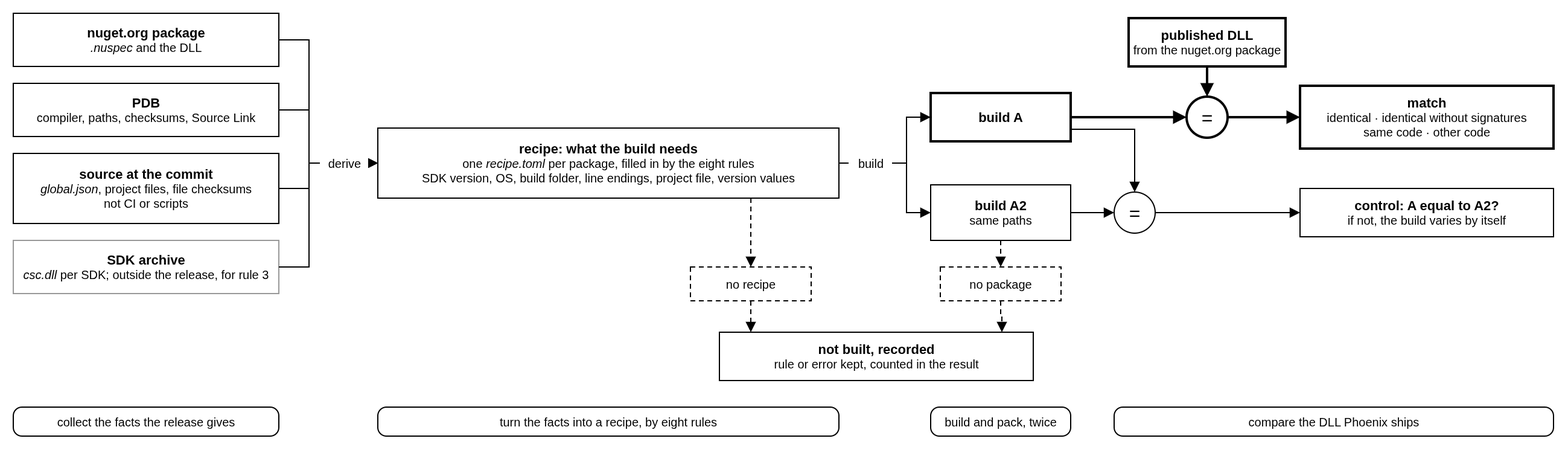
This is 2-dependencies/2b-rebuild/figures/pipeline-2b.drawio.png from leosakharoff/dotnet-rebuild-experiments, a draw.io export, as it was before one commit. Source tidied: cells renumbered, new cells last; positions are measured from the earlier drawing's top-left corner, leaving out a move shared by most shapes.
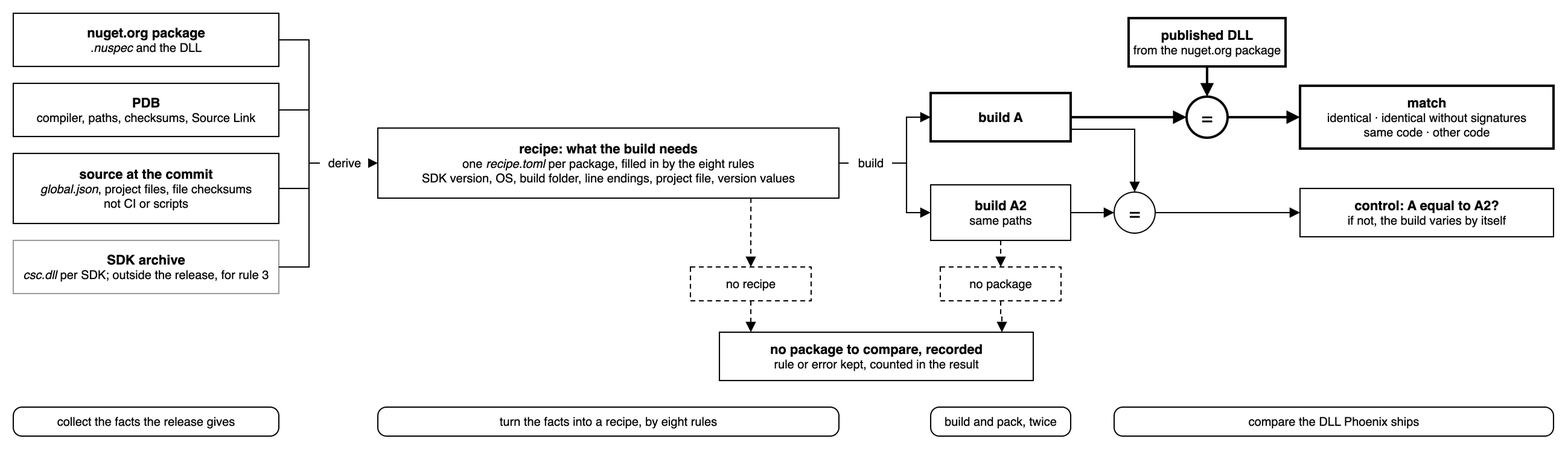
After the change.

Commit message:
2b pipeline: the PNG exported again from the corrected source

draw.io 32.6.1: drawio -x -f png -e -s 2 -b 10, as the README says.

Change to the diagram source:
```diff
@@ -29,7 +29,7 @@
     <mxCell id="10" value="no package" style="rounded=0;whiteSpace=wrap;html=1;fillColor=#FFFFFF;strokeColor=#000000;strokeWidth=1;fontSize=10;fontFamily=Helvetica;fontColor=#000000;dashed=1;dashPattern=4 3;" parent="1" vertex="1">
       <mxGeometry x="768" y="210" width="100" height="28" as="geometry" />
     </mxCell>
-    <mxCell id="11" value="&lt;b&gt;&lt;font style=&quot;font-size:11px&quot;&gt;not built, recorded&lt;/font&gt;&lt;/b&gt;&lt;br&gt;rule or error kept, counted in the result" style="rounded=0;whiteSpace=wrap;html=1;fillColor=#FFFFFF;strokeColor=#000000;strokeWidth=1;fontSize=10;fontFamily=Helvetica;fontColor=#000000;" parent="1" vertex="1">
+    <mxCell id="11" value="&lt;b&gt;&lt;font style=&quot;font-size:11px&quot;&gt;no package to compare, recorded&lt;/font&gt;&lt;/b&gt;&lt;br&gt;rule or error kept, counted in the result" style="rounded=0;whiteSpace=wrap;html=1;fillColor=#FFFFFF;strokeColor=#000000;strokeWidth=1;fontSize=10;fontFamily=Helvetica;fontColor=#000000;" parent="1" vertex="1">
       <mxGeometry x="585" y="264" width="260" height="40" as="geometry" />
     </mxCell>
     <mxCell id="12" value="=" style="ellipse;whiteSpace=wrap;html=1;fillColor=#FFFFFF;strokeColor=#000000;strokeWidth=1;fontSize=16;fontFamily=Helvetica;fontColor=#000000;" parent="1" vertex="1">
```
